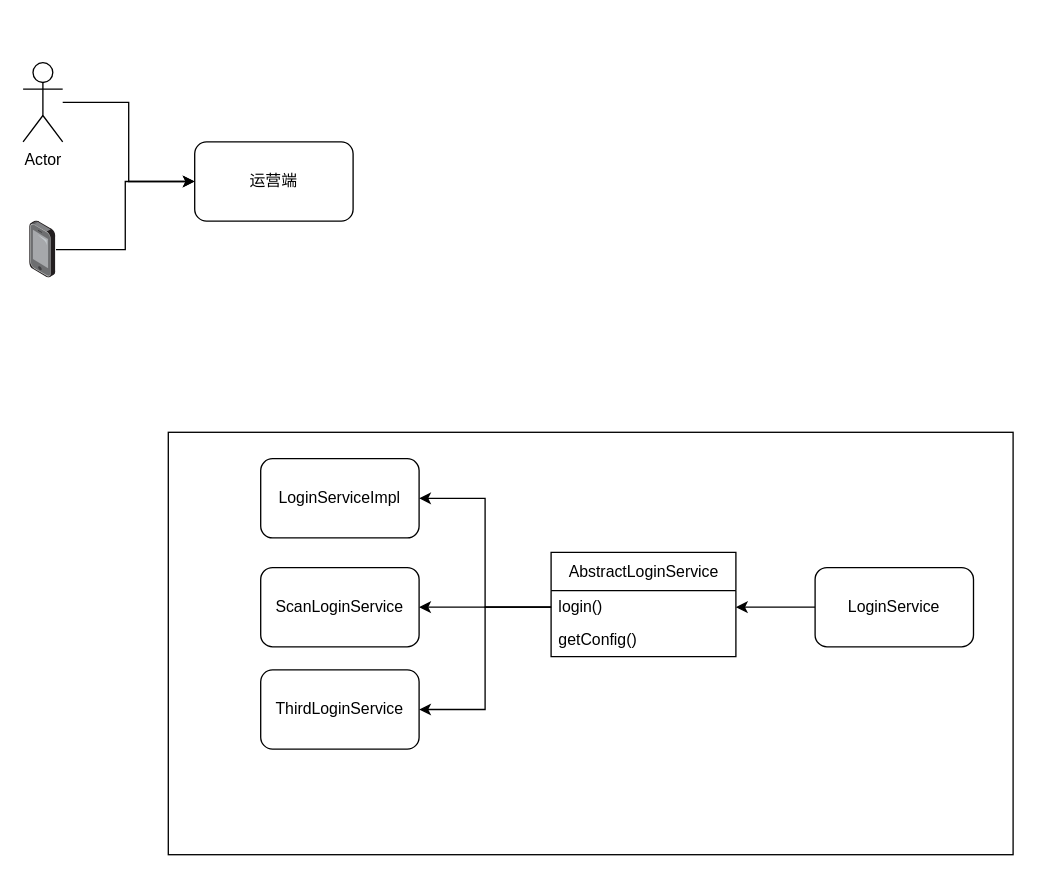
The draw.io diagram ah-security/src/main/java/com/zhansc/ahsecurity/mss/mss登录认证.drawio in zhansc/worksheet, before the edit. Source tidied: cells renumbered, new cells numbered last; positions are measured from the earlier drawing's top-left corner, leaving out a move shared by most shapes. Both pictures are drawn from the tidied source at 132%, with x=0, y=0 at pixel (22, 62).
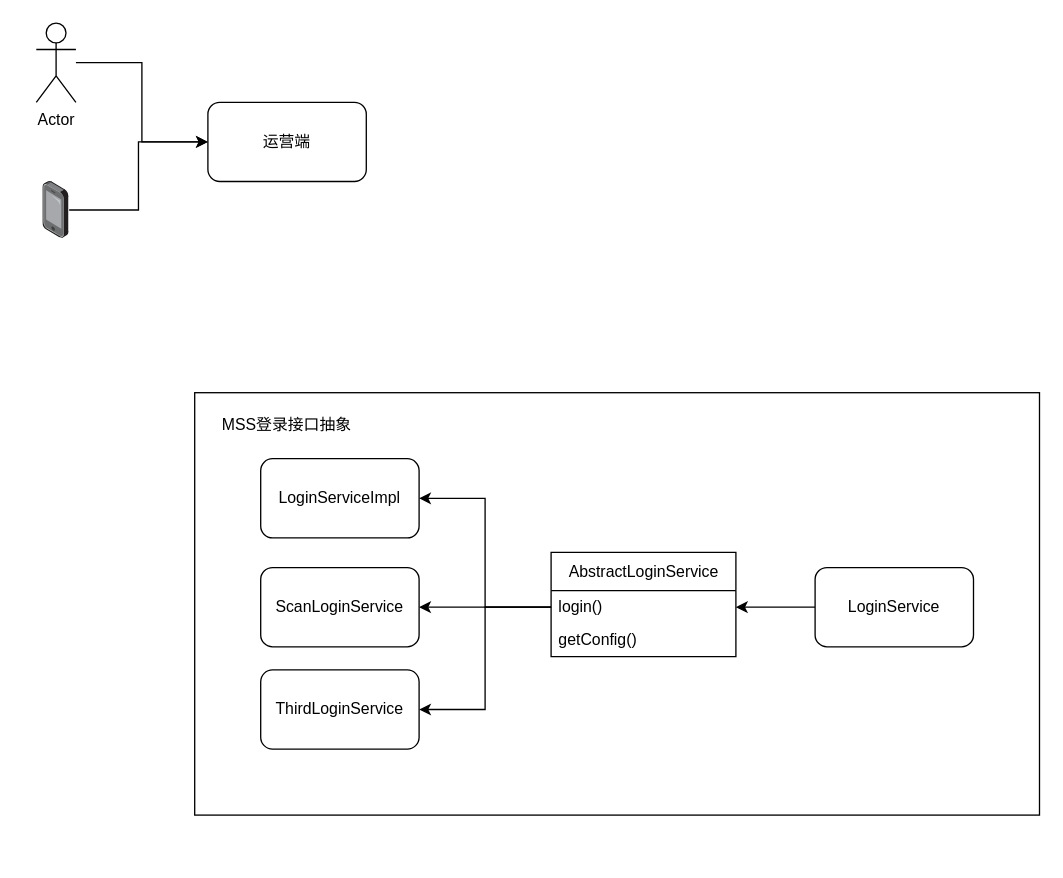
After the change.

Commit message (it also covers changes not shown here):
更新mss登录认证.drawio

What changed in the source:
```diff
@@
 <mxGraphModel>
   <root>
     <mxCell id="0" />
     <mxCell id="1" parent="0" />
     <mxCell id="2" style="rounded=0;whiteSpace=wrap;html=1;" parent="1" vertex="1">
-      <mxGeometry x="110" y="280" width="640" height="320" as="geometry" />
+      <mxGeometry x="130" y="250" width="640" height="320" as="geometry" />
     </mxCell>
     <mxCell id="3" value="运营端" style="rounded=1;whiteSpace=wrap;html=1;" parent="1" vertex="1">
-      <mxGeometry x="130" y="60" width="120" height="60" as="geometry" />
+      <mxGeometry x="140" y="30" width="120" height="60" as="geometry" />
     </mxCell>
     <mxCell id="4" style="edgeStyle=orthogonalEdgeStyle;rounded=0;jettySize=auto;html=1;" parent="1" edge="1" source="5" target="3">
       <mxGeometry relative="1" as="geometry" />
     </mxCell>
     <mxCell id="5" value="Actor" style="shape=umlActor;verticalLabelPosition=bottom;verticalAlign=top;html=1;outlineConnect=0;" parent="1" vertex="1">
-      <mxGeometry width="30" height="60" as="geometry" />
+      <mxGeometry x="10" y="-30" width="30" height="60" as="geometry" />
     </mxCell>
     <mxCell id="6" style="edgeStyle=orthogonalEdgeStyle;rounded=0;jettySize=auto;html=1;entryX=0;entryY=0.5;entryDx=0;entryDy=0;" parent="1" edge="1" source="7" target="3">
       <mxGeometry relative="1" as="geometry" />
     </mxCell>
     <mxCell id="7" style="points=[];html=1;align=center;shadow=0;dashed=0;image;image=img/lib/allied_telesis/computer_and_terminals/Smartphone.svg;" parent="1" vertex="1">
-      <mxGeometry x="5.1" y="120" width="19.8" height="43.2" as="geometry" />
+      <mxGeometry x="15.1" y="90" width="19.8" height="43.2" as="geometry" />
     </mxCell>
     <mxCell id="8" style="edgeStyle=orthogonalEdgeStyle;rounded=0;jettySize=auto;html=1;" parent="1" edge="1" source="9" target="14">
       <mxGeometry relative="1" as="geometry" />
     </mxCell>
     <mxCell id="9" value="LoginService" style="rounded=1;whiteSpace=wrap;html=1;" parent="1" vertex="1">
       <mxGeometry x="600" y="382.5" width="120" height="60" as="geometry" />
     </mxCell>
     <mxCell id="10" value="LoginServiceImpl" style="rounded=1;whiteSpace=wrap;html=1;" parent="1" vertex="1">
       <mxGeometry x="180" y="300" width="120" height="60" as="geometry" />
     </mxCell>
     <mxCell id="11" value="ScanLoginService" style="rounded=1;whiteSpace=wrap;html=1;" parent="1" vertex="1">
       <mxGeometry x="180" y="382.5" width="120" height="60" as="geometry" />
     </mxCell>
     <mxCell id="12" value="ThirdLoginService" style="rounded=1;whiteSpace=wrap;html=1;" parent="1" vertex="1">
       <mxGeometry x="180" y="460" width="120" height="60" as="geometry" />
     </mxCell>
     <mxCell id="13" value="&lt;span style=&quot;font-weight: 400;&quot;&gt;AbstractLoginService&lt;/span&gt;" style="swimlane;fontStyle=1;align=center;verticalAlign=middle;horizontal=1;startSize=29;html=1;" parent="1" vertex="1">
       <mxGeometry x="400" y="371" width="140" height="79" as="geometry" />
     </mxCell>
     <mxCell id="14" value="login()" style="text;html=1;strokeColor=none;fillColor=none;align=left;verticalAlign=middle;spacingLeft=4;spacingRight=4;overflow=hidden;points=[[0,0.5],[1,0.5]];portConstraint=eastwest;" parent="13" vertex="1">
       <mxGeometry y="29" width="140" height="25" as="geometry" />
     </mxCell>
     <mxCell id="15" value="getConfig()" style="text;html=1;strokeColor=none;fillColor=none;align=left;verticalAlign=middle;spacingLeft=4;spacingRight=4;overflow=hidden;" parent="13" vertex="1">
       <mxGeometry y="54" width="140" height="25" as="geometry" />
     </mxCell>
     <mxCell id="16" style="edgeStyle=orthogonalEdgeStyle;rounded=0;jettySize=auto;html=1;entryX=1;entryY=0.5;entryDx=0;entryDy=0;" parent="1" edge="1" source="14" target="10">
       <mxGeometry relative="1" as="geometry" />
     </mxCell>
     <mxCell id="17" style="edgeStyle=orthogonalEdgeStyle;rounded=0;jettySize=auto;html=1;entryX=1;entryY=0.5;entryDx=0;entryDy=0;" parent="1" edge="1" source="14" target="11">
       <mxGeometry relative="1" as="geometry" />
     </mxCell>
     <mxCell id="18" style="edgeStyle=orthogonalEdgeStyle;rounded=0;jettySize=auto;html=1;entryX=1;entryY=0.5;entryDx=0;entryDy=0;" parent="1" edge="1" source="14" target="12">
       <mxGeometry relative="1" as="geometry" />
     </mxCell>
+    <mxCell id="19" value="MSS登录接口抽象" style="text;html=1;strokeColor=none;fillColor=none;align=center;verticalAlign=middle;whiteSpace=wrap;rounded=0;" parent="1" vertex="1">
+      <mxGeometry x="140" y="260" width="120" height="30" as="geometry" />
+    </mxCell>
   </root>
 </mxGraphModel>
```
